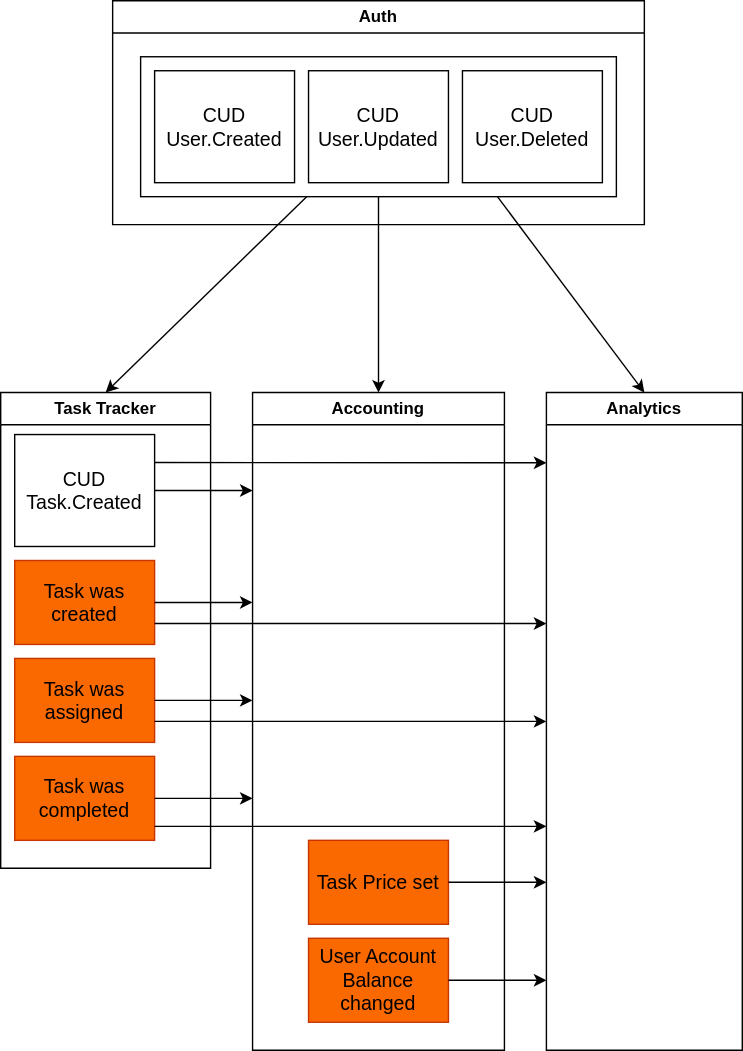
Before: communications.drawio.svg, a diagram exported from draw.io (d-ryzhykau/async-architecture). Source tidied: cells renumbered, new cells last; positions are measured from the earlier drawing's top-left corner, leaving out a move shared by most shapes.
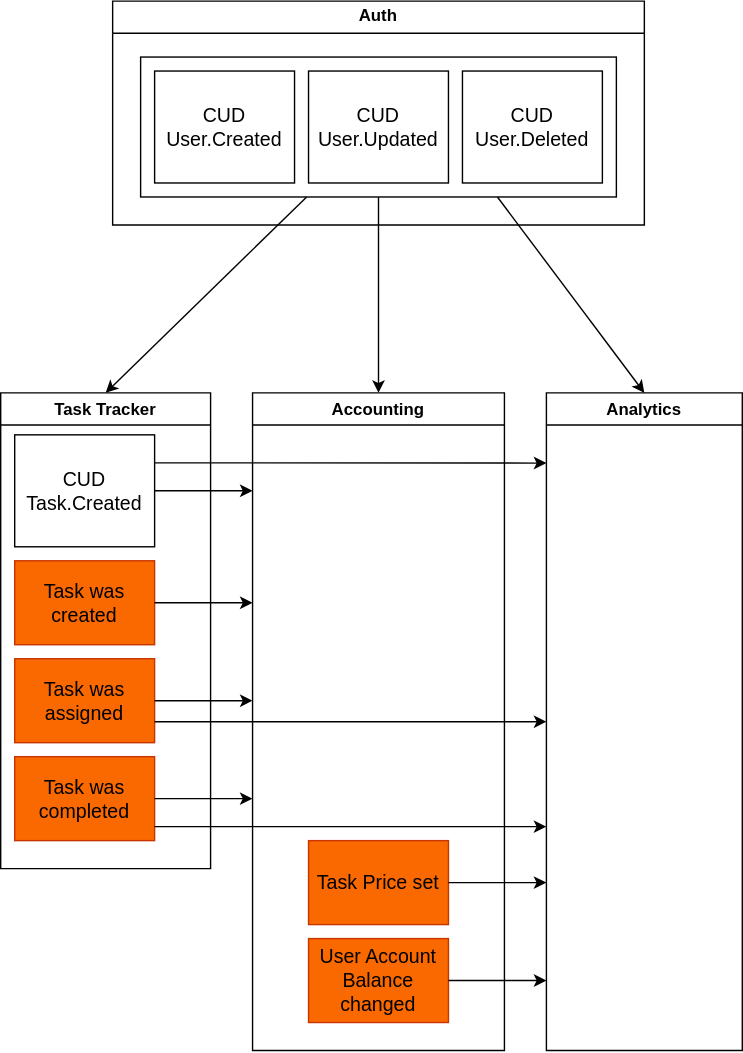
The same diagram one commit later.

Commit message:
Remove "Task was created" - Analytics connection

Change to the diagram source:
```diff
@@ -93,14 +93,6 @@
         <mxPoint x="390" y="630" as="targetPoint" />
       </mxGeometry>
     </mxCell>
-    <mxCell id="26" style="edgeStyle=orthogonalEdgeStyle;rounded=0;html=1;exitX=1;exitY=0.75;exitDx=0;exitDy=0;fontSize=14;" parent="1" edge="1" source="9">
-      <mxGeometry relative="1" as="geometry">
-        <mxPoint x="390" y="445" as="targetPoint" />
-        <Array as="points">
-          <mxPoint x="390" y="445" />
-        </Array>
-      </mxGeometry>
-    </mxCell>
     <mxCell id="27" style="edgeStyle=orthogonalEdgeStyle;rounded=0;html=1;exitX=1;exitY=0.75;exitDx=0;exitDy=0;fontSize=14;" parent="1" edge="1" source="10">
       <mxGeometry relative="1" as="geometry">
         <mxPoint x="390" y="515" as="targetPoint" />
```
